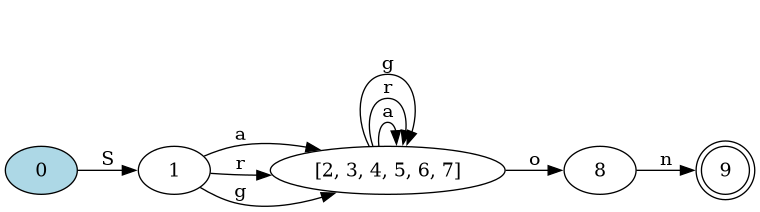
Daniel-Sima/Clone-of-the-egrep-UNIX-command keeps this Graphviz diagram as Min-DFA.png. Above is the earlier version. Its source is kept beside it as Min-DFA.dot.
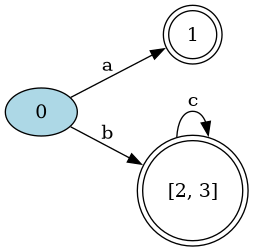
Later version of the same file.

Change to the diagram source:
```diff
@@ -1,16 +1,11 @@
 digraph {
 	rankdir=LR;
 
-	9 [shape=doublecircle]
+	"1" [shape=doublecircle]
+	"[2, 3]" [shape=doublecircle]
 	0 [style=filled, fillcolor="lightblue"]
 
-	0->1 [label= "S"];
-	8->9 [label= "n"];
-	1->"[2, 3, 4, 5, 6, 7]" [label= "a"];
-	1->"[2, 3, 4, 5, 6, 7]" [label= "r"];
-	1->"[2, 3, 4, 5, 6, 7]" [label= "g"];
-	"[2, 3, 4, 5, 6, 7]"->"[2, 3, 4, 5, 6, 7]" [label= "a"];
-	"[2, 3, 4, 5, 6, 7]"->"[2, 3, 4, 5, 6, 7]" [label= "r"];
-	"[2, 3, 4, 5, 6, 7]"->"[2, 3, 4, 5, 6, 7]" [label= "g"];
-	"[2, 3, 4, 5, 6, 7]"->8 [label= "o"];
+	0->1 [label= "a"];
+	0->"[2, 3]" [label= "b"];
+	"[2, 3]"->"[2, 3]" [label= "c"];
 }
```
